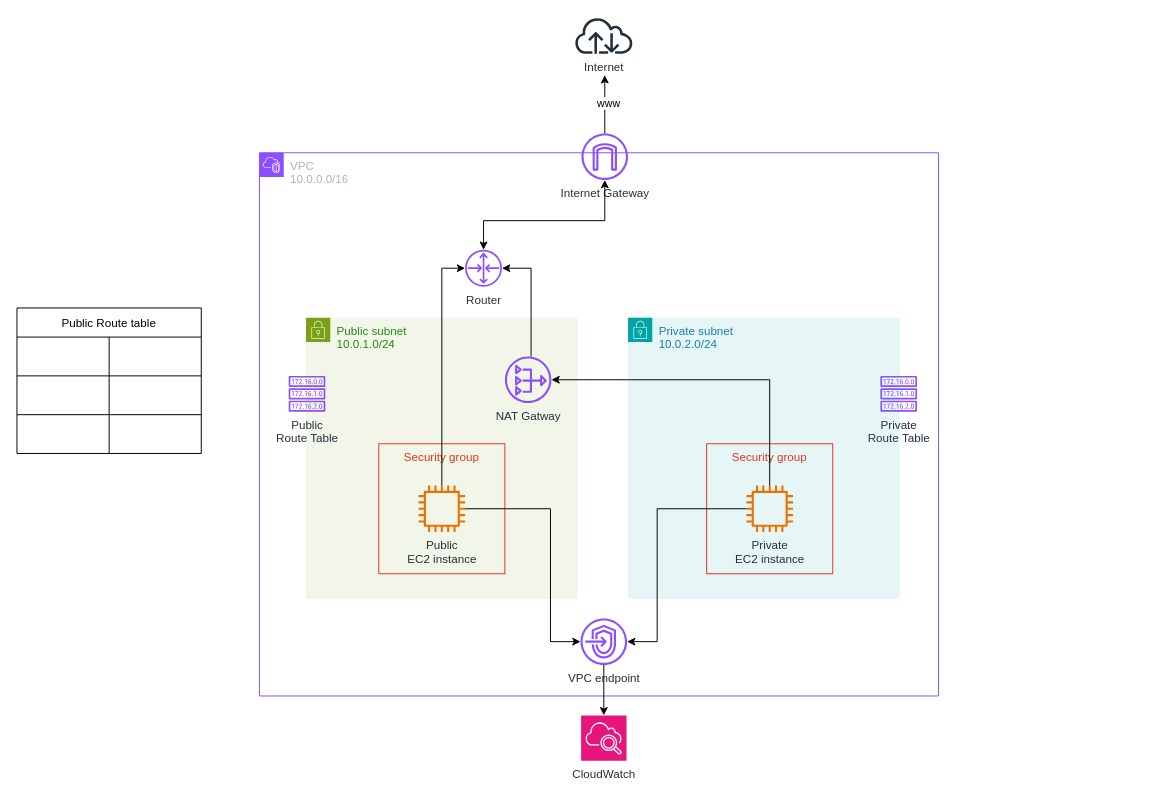
Earlier version of the draw.io diagram 6-AWS/Assignment1/AWS-Assignment1.drawio (Raiyan-R11/devops-learning). Source tidied: cells renumbered, new cells numbered last; positions are measured from the earlier drawing's top-left corner, leaving out a move shared by most shapes. Both pictures are drawn from the tidied source at 97%, with x=0, y=0 at pixel (16, 16).
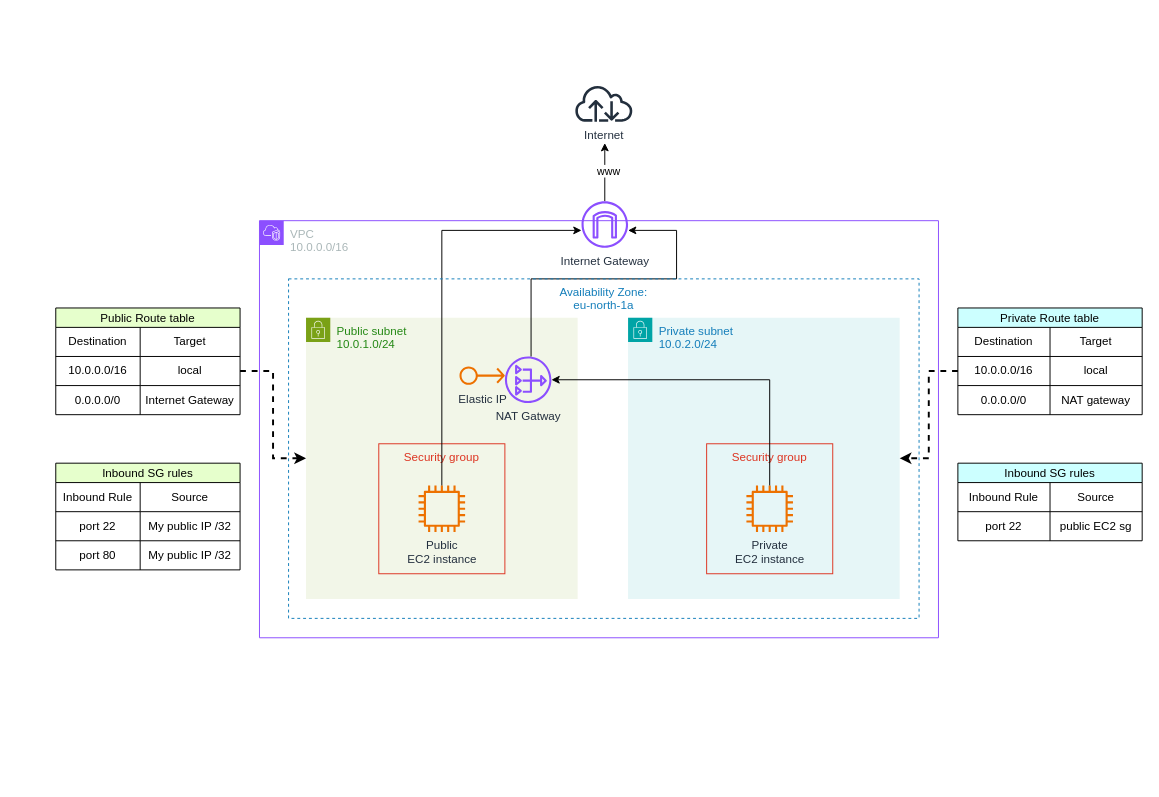
The same diagram, later.

The change refers to these unchanged cells:
```xml
<mxCell id="4" value="Private subnet&lt;div&gt;10.0.2.0/24&lt;/div&gt;" style="points=[[0,0],[0.25,0],[0.5,0],[0.75,0],[1,0],[1,0.25],[1,0.5],[1,0.75],[1,1],[0.75,1],[0.5,1],[0.25,1],[0,1],[0,0.75],[0,0.5],[0,0.25]];outlineConnect=0;gradientColor=none;html=1;whiteSpace=wrap;fontSize=12;fontStyle=0;shape=mxgraph.aws4.group;grIcon=mxgraph.aws4.group_security_group;grStroke=0;strokeColor=#00A4A6;fillColor=#E6F6F7;verticalAlign=top;align=left;spacingLeft=30;fontColor=#147EBA;dashed=0;" parent="1" vertex="1">
  <mxGeometry x="630" y="310" width="280" height="290" as="geometry" />
</mxCell>
<mxCell id="6" value="Private&lt;div&gt;EC2 instance&lt;/div&gt;" style="sketch=0;outlineConnect=0;fontColor=#232F3E;gradientColor=none;fillColor=#ED7100;strokeColor=none;dashed=0;verticalLabelPosition=bottom;verticalAlign=top;align=center;html=1;fontSize=12;fontStyle=0;shape=mxgraph.aws4.instance2;" parent="4" vertex="1">
  <mxGeometry x="122" y="173" width="48" height="48" as="geometry" />
</mxCell>
<mxCell id="12" value="Public subnet&lt;div&gt;10.0.1.0/24&lt;/div&gt;" style="points=[[0,0],[0.25,0],[0.5,0],[0.75,0],[1,0],[1,0.25],[1,0.5],[1,0.75],[1,1],[0.75,1],[0.5,1],[0.25,1],[0,1],[0,0.75],[0,0.5],[0,0.25]];outlineConnect=0;gradientColor=none;html=1;whiteSpace=wrap;fontSize=12;fontStyle=0;shape=mxgraph.aws4.group;grIcon=mxgraph.aws4.group_security_group;grStroke=0;strokeColor=#7AA116;fillColor=#F2F6E8;verticalAlign=top;align=left;spacingLeft=30;fontColor=#248814;dashed=0;" parent="1" vertex="1">
  <mxGeometry x="298" y="310" width="280" height="290" as="geometry" />
</mxCell>
<mxCell id="13" value="NAT Gatway" style="sketch=0;outlineConnect=0;fontColor=#232F3E;gradientColor=none;fillColor=#8C4FFF;strokeColor=none;dashed=0;verticalLabelPosition=bottom;verticalAlign=top;align=center;html=1;fontSize=12;fontStyle=0;shape=mxgraph.aws4.nat_gateway;" parent="12" vertex="1">
  <mxGeometry x="205" y="40" width="48" height="48" as="geometry" />
</mxCell>
<mxCell id="15" value="Public&lt;div&gt;EC2 instance&lt;/div&gt;" style="sketch=0;outlineConnect=0;fontColor=#232F3E;gradientColor=none;fillColor=#ED7100;strokeColor=none;dashed=0;verticalLabelPosition=bottom;verticalAlign=top;align=center;html=1;fontSize=12;fontStyle=0;shape=mxgraph.aws4.instance2;" parent="12" vertex="1">
  <mxGeometry x="116" y="173" width="48" height="48" as="geometry" />
</mxCell>
```

The edit, as a diff of the source:
```diff
@@
     <mxCell id="2" value="VPC&lt;br&gt;10.0.0.0/16" style="gradientColor=none;html=1;whiteSpace=wrap;fontSize=12;fontStyle=0;shape=mxgraph.aws4.group;grIcon=mxgraph.aws4.group_vpc2;strokeColor=#8C4FFF;fillColor=none;verticalAlign=top;align=left;spacingLeft=30;fontColor=#AAB7B8;dashed=0;" parent="1" vertex="1">
-      <mxGeometry x="250" y="140" width="700" height="560" as="geometry" />
+      <mxGeometry x="250" y="210" width="700" height="430" as="geometry" />
     </mxCell>
     <mxCell id="3" value="Internet" style="sketch=0;fontColor=#232F3E;gradientColor=none;fillColor=#232F3D;strokeColor=none;dashed=0;verticalLabelPosition=bottom;verticalAlign=top;align=center;html=1;fontSize=12;fontStyle=0;shape=mxgraph.aws4.internet;" parent="1" vertex="1">
-      <mxGeometry x="574.1" width="61.8" height="38" as="geometry" />
+      <mxGeometry x="574.1" y="70" width="61.8" height="38" as="geometry" />
     </mxCell>
@@
-    <mxCell id="7" value="Private&lt;div&gt;Route&amp;nbsp;&lt;span style=&quot;background-color: transparent; color: light-dark(rgb(35, 47, 62), rgb(189, 199, 212));&quot;&gt;Table&lt;/span&gt;&lt;/div&gt;" style="sketch=0;fontColor=#232F3E;gradientColor=none;fillColor=#8C4FFF;strokeColor=none;dashed=0;verticalLabelPosition=bottom;verticalAlign=top;align=center;html=1;fontSize=12;fontStyle=0;shape=mxgraph.aws4.route_table;" parent="4" vertex="1">
-      <mxGeometry x="260" y="60" width="38" height="37" as="geometry" />
-    </mxCell>
-    <mxCell id="8" style="edgeStyle=orthogonalEdgeStyle;rounded=0;jettySize=auto;html=1;" parent="4" edge="1" source="6" target="18">
-      <mxGeometry relative="1" as="geometry">
-        <Array as="points">
-          <mxPoint x="30" y="197" />
-          <mxPoint x="30" y="334" />
-        </Array>
-      </mxGeometry>
-    </mxCell>
     <mxCell id="9" style="edgeStyle=orthogonalEdgeStyle;rounded=0;jettySize=auto;html=1;" parent="1" edge="1" source="11">
       <mxGeometry relative="1" as="geometry">
-        <mxPoint x="606" y="60" as="targetPoint" />
+        <mxPoint x="606" y="130" as="targetPoint" />
       </mxGeometry>
     </mxCell>
@@
     <mxCell id="11" value="Internet Gateway" style="sketch=0;outlineConnect=0;fontColor=#232F3E;gradientColor=none;fillColor=#8C4FFF;strokeColor=none;dashed=0;verticalLabelPosition=bottom;verticalAlign=top;align=center;html=1;fontSize=12;fontStyle=0;shape=mxgraph.aws4.internet_gateway;" parent="1" vertex="1">
-      <mxGeometry x="582" y="120" width="48" height="48" as="geometry" />
+      <mxGeometry x="582" y="190" width="48" height="48" as="geometry" />
     </mxCell>
@@
-    <mxCell id="16" value="Public&lt;div&gt;Route Table&lt;/div&gt;" style="sketch=0;fontColor=#232F3E;gradientColor=none;fillColor=#8C4FFF;strokeColor=none;dashed=0;verticalLabelPosition=bottom;verticalAlign=top;align=center;html=1;fontSize=12;fontStyle=0;shape=mxgraph.aws4.route_table;" parent="12" vertex="1">
-      <mxGeometry x="-18" y="60" width="38" height="37" as="geometry" />
-    </mxCell>
-    <mxCell id="17" value="CloudWatch" style="sketch=0;points=[[0,0,0],[0.25,0,0],[0.5,0,0],[0.75,0,0],[1,0,0],[0,1,0],[0.25,1,0],[0.5,1,0],[0.75,1,0],[1,1,0],[0,0.25,0],[0,0.5,0],[0,0.75,0],[1,0.25,0],[1,0.5,0],[1,0.75,0]];points=[[0,0,0],[0.25,0,0],[0.5,0,0],[0.75,0,0],[1,0,0],[0,1,0],[0.25,1,0],[0.5,1,0],[0.75,1,0],[1,1,0],[0,0.25,0],[0,0.5,0],[0,0.75,0],[1,0.25,0],[1,0.5,0],[1,0.75,0]];outlineConnect=0;fontColor=#232F3E;fillColor=#E7157B;strokeColor=#ffffff;dashed=0;verticalLabelPosition=bottom;verticalAlign=top;align=center;html=1;fontSize=12;fontStyle=0;shape=mxgraph.aws4.resourceIcon;resIcon=mxgraph.aws4.cloudwatch_2;" parent="1" vertex="1">
-      <mxGeometry x="581.6" y="720" width="46.8" height="46.8" as="geometry" />
-    </mxCell>
-    <mxCell id="18" value="VPC endpoint" style="sketch=0;outlineConnect=0;fontColor=#232F3E;gradientColor=none;fillColor=#8C4FFF;strokeColor=none;dashed=0;verticalLabelPosition=bottom;verticalAlign=top;align=center;html=1;fontSize=12;fontStyle=0;shape=mxgraph.aws4.endpoints;" parent="1" vertex="1">
-      <mxGeometry x="581" y="620" width="48" height="48" as="geometry" />
-    </mxCell>
-    <mxCell id="19" style="edgeStyle=orthogonalEdgeStyle;rounded=0;jettySize=auto;html=1;" parent="1" edge="1" source="15" target="18">
-      <mxGeometry relative="1" as="geometry">
-        <Array as="points">
-          <mxPoint x="550" y="507" />
-          <mxPoint x="550" y="644" />
-        </Array>
-      </mxGeometry>
-    </mxCell>
-    <mxCell id="20" style="edgeStyle=orthogonalEdgeStyle;rounded=0;jettySize=auto;html=1;entryX=0.5;entryY=0;entryDx=0;entryDy=0;entryPerimeter=0;" parent="1" edge="1" source="18" target="17">
-      <mxGeometry relative="1" as="geometry" />
-    </mxCell>
+    <mxCell id="36" value="Elastic IP" style="sketch=0;fontColor=#232F3E;gradientColor=none;fillColor=#ED7100;strokeColor=none;dashed=0;verticalLabelPosition=bottom;verticalAlign=top;align=center;html=1;fontSize=12;fontStyle=0;shape=mxgraph.aws4.elastic_ip_address;" parent="12" vertex="1">
+      <mxGeometry x="158.2" y="50" width="46.8" height="19.5" as="geometry" />
+    </mxCell>
@@
-    <mxCell id="22" style="edgeStyle=orthogonalEdgeStyle;rounded=0;jettySize=auto;html=1;startArrow=classic;startFill=1;" parent="1" edge="1" source="23" target="11">
-      <mxGeometry relative="1" as="geometry">
-        <Array as="points">
-          <mxPoint x="481" y="210" />
-          <mxPoint x="606" y="210" />
-        </Array>
-      </mxGeometry>
-    </mxCell>
-    <mxCell id="23" value="Router" style="sketch=0;outlineConnect=0;fontColor=#232F3E;gradientColor=none;fillColor=#8C4FFF;strokeColor=none;dashed=0;verticalLabelPosition=bottom;verticalAlign=top;align=center;html=1;fontSize=12;fontStyle=0;shape=mxgraph.aws4.router;" parent="1" vertex="1">
-      <mxGeometry x="462" y="240" width="38" height="38" as="geometry" />
-    </mxCell>
-    <mxCell id="24" style="edgeStyle=orthogonalEdgeStyle;rounded=0;jettySize=auto;html=1;" parent="1" edge="1" source="13" target="23">
+    <mxCell id="24" style="edgeStyle=orthogonalEdgeStyle;rounded=0;jettySize=auto;html=1;" parent="1" edge="1" source="13" target="11">
       <mxGeometry relative="1" as="geometry">
         <Array as="points">
-          <mxPoint x="530" y="259" />
+          <mxPoint x="530" y="270" />
+          <mxPoint x="680" y="270" />
+          <mxPoint x="680" y="220" />
         </Array>
       </mxGeometry>
     </mxCell>
-    <mxCell id="25" style="edgeStyle=orthogonalEdgeStyle;rounded=0;jettySize=auto;html=1;" parent="1" edge="1" source="15" target="23">
+    <mxCell id="25" style="edgeStyle=orthogonalEdgeStyle;rounded=0;jettySize=auto;html=1;" parent="1" edge="1" source="15" target="11">
       <mxGeometry relative="1" as="geometry">
         <Array as="points">
-          <mxPoint x="438" y="259" />
+          <mxPoint x="438" y="220" />
         </Array>
       </mxGeometry>
     </mxCell>
-    <mxCell id="26" value="Public Route table" style="shape=table;startSize=30;childLayout=tableLayout;fixedHeader=1;" parent="1" vertex="1">
-      <mxGeometry y="300" width="190" height="150" as="geometry" />
+    <mxCell id="26" value="Public Route table" style="shape=table;startSize=20;childLayout=tableLayout;fixedHeader=1;fillColor=#E6FFCC;" parent="1" vertex="1">
+      <mxGeometry x="40" y="300" width="190" height="110" as="geometry" />
     </mxCell>
     <mxCell id="27" style="shape=tableRow;horizontal=0;startSize=0;swimlaneHead=0;swimlaneBody=0;strokeColor=inherit;top=0;left=0;bottom=0;right=0;fillColor=none;fixedHeader=1;" parent="26" vertex="1">
-      <mxGeometry y="30" width="190" height="40" as="geometry" />
+      <mxGeometry y="20" width="190" height="30" as="geometry" />
     </mxCell>
-    <mxCell id="28" style="shape=partialRectangle;html=1;whiteSpace=wrap;strokeColor=inherit;overflow=hidden;fillColor=none;top=0;left=0;bottom=0;right=0;" parent="27" vertex="1">
-      <mxGeometry width="95" height="40" as="geometry" />
+    <mxCell id="28" value="Destination" style="shape=partialRectangle;html=1;whiteSpace=wrap;strokeColor=inherit;overflow=hidden;fillColor=none;top=0;left=0;bottom=0;right=0;" parent="27" vertex="1">
+      <mxGeometry width="87" height="30" as="geometry" />
     </mxCell>
-    <mxCell id="29" style="shape=partialRectangle;html=1;whiteSpace=wrap;strokeColor=inherit;overflow=hidden;fillColor=none;top=0;left=0;bottom=0;right=0;" parent="27" vertex="1">
-      <mxGeometry x="95" width="95" height="40" as="geometry" />
+    <mxCell id="29" value="Target" style="shape=partialRectangle;html=1;whiteSpace=wrap;strokeColor=inherit;overflow=hidden;fillColor=none;top=0;left=0;bottom=0;right=0;" parent="27" vertex="1">
+      <mxGeometry x="87" width="103" height="30" as="geometry" />
     </mxCell>
     <mxCell id="30" style="shape=tableRow;horizontal=0;startSize=0;swimlaneHead=0;swimlaneBody=0;strokeColor=inherit;top=0;left=0;bottom=0;right=0;fillColor=none;points=[[0,0.5],[1,0.5]];portConstraint=eastwest;fixedHeader=1;" parent="26" vertex="1">
-      <mxGeometry y="70" width="190" height="40" as="geometry" />
+      <mxGeometry y="50" width="190" height="30" as="geometry" />
     </mxCell>
-    <mxCell id="31" style="shape=partialRectangle;html=1;whiteSpace=wrap;strokeColor=inherit;overflow=hidden;fillColor=none;top=0;left=0;bottom=0;right=0;" parent="30" vertex="1">
-      <mxGeometry width="95" height="40" as="geometry" />
+    <mxCell id="31" value="10.0.0.0/16" style="shape=partialRectangle;html=1;whiteSpace=wrap;strokeColor=inherit;overflow=hidden;fillColor=none;top=0;left=0;bottom=0;right=0;" parent="30" vertex="1">
+      <mxGeometry width="87" height="30" as="geometry" />
     </mxCell>
-    <mxCell id="32" style="shape=partialRectangle;html=1;whiteSpace=wrap;strokeColor=inherit;overflow=hidden;fillColor=none;top=0;left=0;bottom=0;right=0;" parent="30" vertex="1">
-      <mxGeometry x="95" width="95" height="40" as="geometry" />
+    <mxCell id="32" value="local" style="shape=partialRectangle;html=1;whiteSpace=wrap;strokeColor=inherit;overflow=hidden;fillColor=none;top=0;left=0;bottom=0;right=0;" parent="30" vertex="1">
+      <mxGeometry x="87" width="103" height="30" as="geometry" />
     </mxCell>
     <mxCell id="33" style="shape=tableRow;horizontal=0;startSize=0;swimlaneHead=0;swimlaneBody=0;strokeColor=inherit;top=0;left=0;bottom=0;right=0;fillColor=none;fixedHeader=1;" parent="26" vertex="1">
-      <mxGeometry y="110" width="190" height="40" as="geometry" />
+      <mxGeometry y="80" width="190" height="30" as="geometry" />
     </mxCell>
-    <mxCell id="34" style="shape=partialRectangle;html=1;whiteSpace=wrap;strokeColor=inherit;overflow=hidden;fillColor=none;top=0;left=0;bottom=0;right=0;" parent="33" vertex="1">
-      <mxGeometry width="95" height="40" as="geometry" />
+    <mxCell id="34" value="0.0.0.0/0" style="shape=partialRectangle;html=1;whiteSpace=wrap;strokeColor=inherit;overflow=hidden;fillColor=none;top=0;left=0;bottom=0;right=0;" parent="33" vertex="1">
+      <mxGeometry width="87" height="30" as="geometry" />
     </mxCell>
-    <mxCell id="35" style="shape=partialRectangle;html=1;whiteSpace=wrap;strokeColor=inherit;overflow=hidden;fillColor=none;top=0;left=0;bottom=0;right=0;" parent="33" vertex="1">
-      <mxGeometry x="95" width="95" height="40" as="geometry" />
+    <mxCell id="35" value="Internet Gateway" style="shape=partialRectangle;html=1;whiteSpace=wrap;strokeColor=inherit;overflow=hidden;fillColor=none;top=0;left=0;bottom=0;right=0;" parent="33" vertex="1">
+      <mxGeometry x="87" width="103" height="30" as="geometry" />
     </mxCell>
+    <mxCell id="37" value="Private Route table" style="shape=table;startSize=20;childLayout=tableLayout;fixedHeader=1;labelBackgroundColor=none;fillColor=#CCFFFF;" parent="1" vertex="1">
+      <mxGeometry x="970" y="300" width="190" height="110" as="geometry" />
+    </mxCell>
+    <mxCell id="38" style="shape=tableRow;horizontal=0;startSize=0;swimlaneHead=0;swimlaneBody=0;strokeColor=inherit;top=0;left=0;bottom=0;right=0;fillColor=none;fixedHeader=1;" parent="37" vertex="1">
+      <mxGeometry y="20" width="190" height="30" as="geometry" />
+    </mxCell>
+    <mxCell id="39" value="Destination" style="shape=partialRectangle;html=1;whiteSpace=wrap;strokeColor=inherit;overflow=hidden;fillColor=none;top=0;left=0;bottom=0;right=0;" parent="38" vertex="1">
+      <mxGeometry width="95" height="30" as="geometry" />
+    </mxCell>
+    <mxCell id="40" value="Target" style="shape=partialRectangle;html=1;whiteSpace=wrap;strokeColor=inherit;overflow=hidden;fillColor=none;top=0;left=0;bottom=0;right=0;" parent="38" vertex="1">
+      <mxGeometry x="95" width="95" height="30" as="geometry" />
+    </mxCell>
+    <mxCell id="41" style="shape=tableRow;horizontal=0;startSize=0;swimlaneHead=0;swimlaneBody=0;strokeColor=inherit;top=0;left=0;bottom=0;right=0;fillColor=none;points=[[0,0.5],[1,0.5]];portConstraint=eastwest;fixedHeader=1;" parent="37" vertex="1">
+      <mxGeometry y="50" width="190" height="30" as="geometry" />
+    </mxCell>
+    <mxCell id="42" value="10.0.0.0/16" style="shape=partialRectangle;html=1;whiteSpace=wrap;strokeColor=inherit;overflow=hidden;fillColor=none;top=0;left=0;bottom=0;right=0;" parent="41" vertex="1">
+      <mxGeometry width="95" height="30" as="geometry" />
+    </mxCell>
+    <mxCell id="43" value="local" style="shape=partialRectangle;html=1;whiteSpace=wrap;strokeColor=inherit;overflow=hidden;fillColor=none;top=0;left=0;bottom=0;right=0;" parent="41" vertex="1">
+      <mxGeometry x="95" width="95" height="30" as="geometry" />
+    </mxCell>
+    <mxCell id="44" style="shape=tableRow;horizontal=0;startSize=0;swimlaneHead=0;swimlaneBody=0;strokeColor=inherit;top=0;left=0;bottom=0;right=0;fillColor=none;fixedHeader=1;" parent="37" vertex="1">
+      <mxGeometry y="80" width="190" height="30" as="geometry" />
+    </mxCell>
+    <mxCell id="45" value="0.0.0.0/0" style="shape=partialRectangle;html=1;whiteSpace=wrap;strokeColor=inherit;overflow=hidden;fillColor=none;top=0;left=0;bottom=0;right=0;" parent="44" vertex="1">
+      <mxGeometry width="95" height="30" as="geometry" />
+    </mxCell>
+    <mxCell id="46" value="NAT gateway" style="shape=partialRectangle;html=1;whiteSpace=wrap;strokeColor=inherit;overflow=hidden;fillColor=none;top=0;left=0;bottom=0;right=0;" parent="44" vertex="1">
+      <mxGeometry x="95" width="95" height="30" as="geometry" />
+    </mxCell>
+    <mxCell id="47" value="Inbound SG rules" style="shape=table;startSize=20;childLayout=tableLayout;fixedHeader=1;fillColor=#E6FFCC;" parent="1" vertex="1">
+      <mxGeometry x="40" y="460" width="190" height="110" as="geometry" />
+    </mxCell>
+    <mxCell id="48" style="shape=tableRow;horizontal=0;startSize=0;swimlaneHead=0;swimlaneBody=0;strokeColor=inherit;top=0;left=0;bottom=0;right=0;fillColor=none;fixedHeader=1;" parent="47" vertex="1">
+      <mxGeometry y="20" width="190" height="30" as="geometry" />
+    </mxCell>
+    <mxCell id="49" value="Inbound Rule" style="shape=partialRectangle;html=1;whiteSpace=wrap;strokeColor=inherit;overflow=hidden;fillColor=none;top=0;left=0;bottom=0;right=0;" parent="48" vertex="1">
+      <mxGeometry width="87" height="30" as="geometry" />
+    </mxCell>
+    <mxCell id="50" value="Source" style="shape=partialRectangle;html=1;whiteSpace=wrap;strokeColor=inherit;overflow=hidden;fillColor=none;top=0;left=0;bottom=0;right=0;" parent="48" vertex="1">
+      <mxGeometry x="87" width="103" height="30" as="geometry" />
+    </mxCell>
+    <mxCell id="51" style="shape=tableRow;horizontal=0;startSize=0;swimlaneHead=0;swimlaneBody=0;strokeColor=inherit;top=0;left=0;bottom=0;right=0;fillColor=none;fixedHeader=1;" parent="47" vertex="1">
+      <mxGeometry y="50" width="190" height="30" as="geometry" />
+    </mxCell>
+    <mxCell id="52" value="port 22" style="shape=partialRectangle;html=1;whiteSpace=wrap;strokeColor=inherit;overflow=hidden;fillColor=none;top=0;left=0;bottom=0;right=0;" parent="51" vertex="1">
+      <mxGeometry width="87" height="30" as="geometry" />
+    </mxCell>
+    <mxCell id="53" value="My public IP /32" style="shape=partialRectangle;html=1;whiteSpace=wrap;strokeColor=inherit;overflow=hidden;fillColor=none;top=0;left=0;bottom=0;right=0;" parent="51" vertex="1">
+      <mxGeometry x="87" width="103" height="30" as="geometry" />
+    </mxCell>
+    <mxCell id="54" style="shape=tableRow;horizontal=0;startSize=0;swimlaneHead=0;swimlaneBody=0;strokeColor=inherit;top=0;left=0;bottom=0;right=0;fillColor=none;fixedHeader=1;" parent="47" vertex="1">
+      <mxGeometry y="80" width="190" height="30" as="geometry" />
+    </mxCell>
+    <mxCell id="55" value="port 80" style="shape=partialRectangle;html=1;whiteSpace=wrap;strokeColor=inherit;overflow=hidden;fillColor=none;top=0;left=0;bottom=0;right=0;" parent="54" vertex="1">
+      <mxGeometry width="87" height="30" as="geometry" />
+    </mxCell>
+    <mxCell id="56" value="My public IP /32" style="shape=partialRectangle;html=1;whiteSpace=wrap;strokeColor=inherit;overflow=hidden;fillColor=none;top=0;left=0;bottom=0;right=0;" parent="54" vertex="1">
+      <mxGeometry x="87" width="103" height="30" as="geometry" />
+    </mxCell>
+    <mxCell id="57" style="edgeStyle=orthogonalEdgeStyle;rounded=0;jettySize=auto;html=1;dashed=1;strokeWidth=2;" parent="1" edge="1" source="30" target="12">
+      <mxGeometry relative="1" as="geometry" />
+    </mxCell>
+    <mxCell id="58" style="edgeStyle=orthogonalEdgeStyle;rounded=0;jettySize=auto;html=1;exitX=0;exitY=0.5;exitDx=0;exitDy=0;entryX=1;entryY=0.5;entryDx=0;entryDy=0;dashed=1;strokeWidth=2;" parent="1" edge="1" source="41" target="4">
+      <mxGeometry relative="1" as="geometry">
+        <Array as="points">
+          <mxPoint x="940" y="364.9" />
+          <mxPoint x="940" y="454.9" />
+        </Array>
+      </mxGeometry>
+    </mxCell>
+    <mxCell id="59" value="Inbound SG rules" style="shape=table;startSize=20;childLayout=tableLayout;fixedHeader=1;fillColor=#CCFFFF;" parent="1" vertex="1">
+      <mxGeometry x="970" y="460" width="190" height="80" as="geometry" />
+    </mxCell>
+    <mxCell id="60" style="shape=tableRow;horizontal=0;startSize=0;swimlaneHead=0;swimlaneBody=0;strokeColor=inherit;top=0;left=0;bottom=0;right=0;fillColor=none;fixedHeader=1;" parent="59" vertex="1">
+      <mxGeometry y="20" width="190" height="30" as="geometry" />
+    </mxCell>
+    <mxCell id="61" value="Inbound Rule" style="shape=partialRectangle;html=1;whiteSpace=wrap;strokeColor=inherit;overflow=hidden;fillColor=none;top=0;left=0;bottom=0;right=0;" parent="60" vertex="1">
+      <mxGeometry width="95" height="30" as="geometry" />
+    </mxCell>
+    <mxCell id="62" value="Source" style="shape=partialRectangle;html=1;whiteSpace=wrap;strokeColor=inherit;overflow=hidden;fillColor=none;top=0;left=0;bottom=0;right=0;" parent="60" vertex="1">
+      <mxGeometry x="95" width="95" height="30" as="geometry" />
+    </mxCell>
+    <mxCell id="63" style="shape=tableRow;horizontal=0;startSize=0;swimlaneHead=0;swimlaneBody=0;strokeColor=inherit;top=0;left=0;bottom=0;right=0;fillColor=none;fixedHeader=1;" parent="59" vertex="1">
+      <mxGeometry y="50" width="190" height="30" as="geometry" />
+    </mxCell>
+    <mxCell id="64" value="port 22" style="shape=partialRectangle;html=1;whiteSpace=wrap;strokeColor=inherit;overflow=hidden;fillColor=none;top=0;left=0;bottom=0;right=0;" parent="63" vertex="1">
+      <mxGeometry width="95" height="30" as="geometry" />
+    </mxCell>
+    <mxCell id="65" value="public EC2 sg" style="shape=partialRectangle;html=1;whiteSpace=wrap;strokeColor=inherit;overflow=hidden;fillColor=none;top=0;left=0;bottom=0;right=0;" parent="63" vertex="1">
+      <mxGeometry x="95" width="95" height="30" as="geometry" />
+    </mxCell>
+    <mxCell id="66" value="Availability Zone:&lt;br&gt;eu-north-1a" style="fillColor=none;strokeColor=#147EBA;dashed=1;verticalAlign=top;fontStyle=0;fontColor=#147EBA;whiteSpace=wrap;html=1;" parent="1" vertex="1">
+      <mxGeometry x="280" y="270" width="650" height="350" as="geometry" />
+    </mxCell>
```
